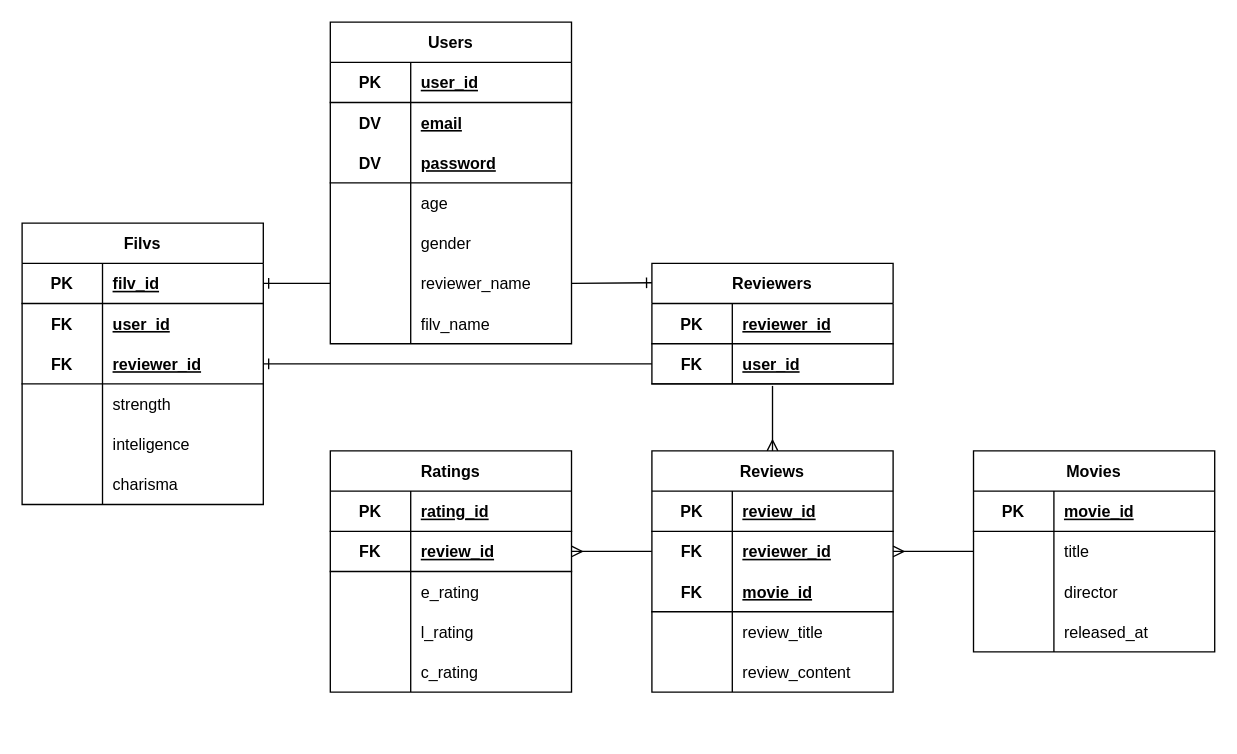
Earlier version of the draw.io diagram er.dio (prototypefilverse/protofilv). Source tidied: cells renumbered, new cells numbered last; positions are measured from the earlier drawing's top-left corner, leaving out a move shared by most shapes. Both pictures are drawn from the tidied source at 134%, with x=0, y=0 at pixel (21, 21).
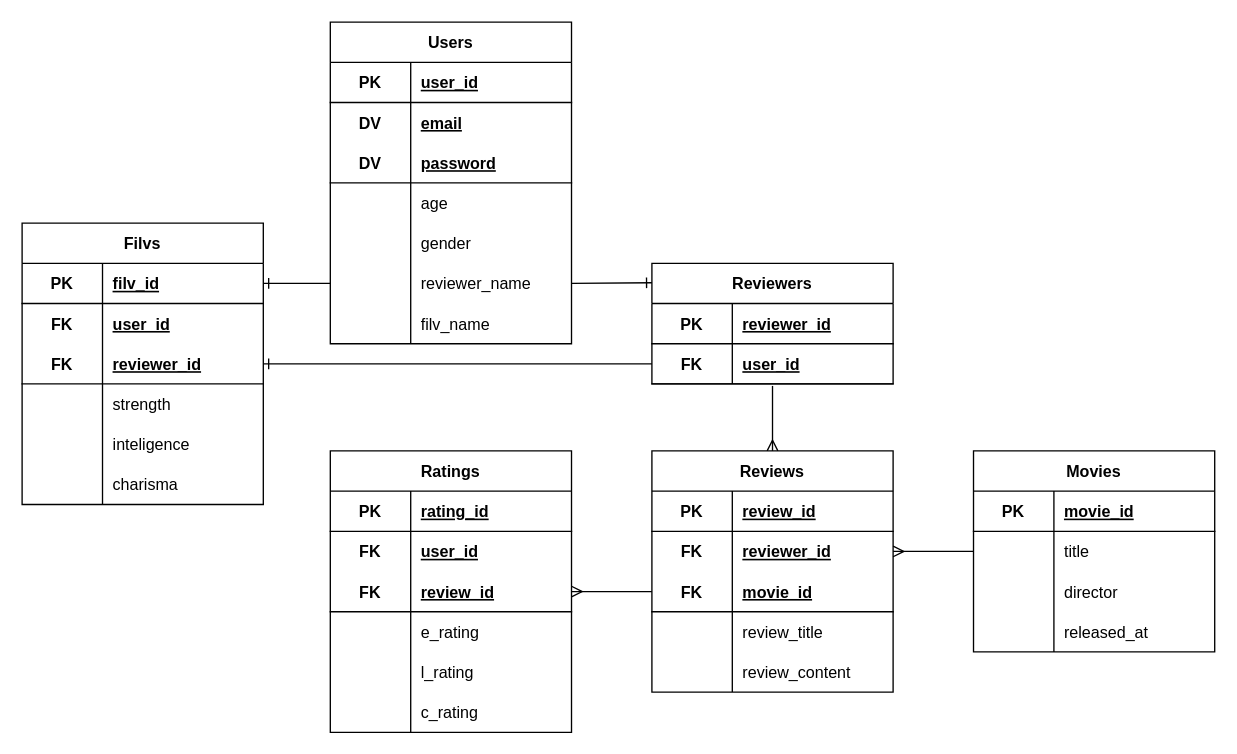
After the change.

The change refers to these unchanged cells:
```xml
<mxCell id="55" style="shape=tableRow;horizontal=0;startSize=0;swimlaneHead=0;swimlaneBody=0;fillColor=none;points=[[0,0.5],[1,0.5]];portConstraint=eastwest;top=0;left=0;right=0;bottom=0;" parent="51" vertex="1">
  <mxGeometry y="60" width="180" height="30" as="geometry" />
</mxCell>
<mxCell id="58" style="shape=tableRow;horizontal=0;startSize=0;swimlaneHead=0;swimlaneBody=0;fillColor=none;points=[[0,0.5],[1,0.5]];portConstraint=eastwest;top=0;left=0;right=0;bottom=1;" parent="51" vertex="1">
  <mxGeometry y="90" width="180" height="30" as="geometry" />
</mxCell>
```

Diff of the diagram source:
```diff
@@
     <mxCell id="84" value="Ratings" style="shape=table;startSize=30;childLayout=tableLayout;rowLines=0;fontStyle=1;align=center;" parent="1" vertex="1">
-      <mxGeometry x="230" y="320" width="180" height="180" as="geometry" />
+      <mxGeometry x="230" y="320" width="180" height="210" as="geometry" />
     </mxCell>
@@
+    <mxCell id="101" style="shape=tableRow;horizontal=0;startSize=0;swimlaneHead=0;swimlaneBody=0;fillColor=none;top=0;left=0;right=0;bottom=0;" parent="84" vertex="1">
+      <mxGeometry y="60" width="180" height="30" as="geometry" />
+    </mxCell>
+    <mxCell id="102" value="FK" style="shape=partialRectangle;fillColor=none;top=0;left=0;bottom=0;right=0;fontStyle=1;overflow=hidden;" parent="101" vertex="1">
+      <mxGeometry width="60" height="30" as="geometry" />
+    </mxCell>
+    <mxCell id="103" value="user_id" style="shape=partialRectangle;fillColor=none;top=0;left=0;bottom=0;right=0;align=left;spacingLeft=6;fontStyle=5;overflow=hidden;" parent="101" vertex="1">
+      <mxGeometry x="60" width="120" height="30" as="geometry" />
+    </mxCell>
     <mxCell id="88" style="shape=tableRow;horizontal=0;startSize=0;swimlaneHead=0;swimlaneBody=0;fillColor=none;points=[[0,0.5],[1,0.5]];portConstraint=eastwest;top=0;left=0;right=0;bottom=1;" parent="84" vertex="1">
-      <mxGeometry y="60" width="180" height="30" as="geometry" />
+      <mxGeometry y="90" width="180" height="30" as="geometry" />
     </mxCell>
@@
     <mxCell id="91" style="shape=tableRow;horizontal=0;startSize=0;swimlaneHead=0;swimlaneBody=0;fillColor=none;top=0;left=0;right=0;bottom=0;" parent="84" vertex="1">
-      <mxGeometry y="90" width="180" height="30" as="geometry" />
+      <mxGeometry y="120" width="180" height="30" as="geometry" />
     </mxCell>
@@
     <mxCell id="94" style="shape=tableRow;horizontal=0;startSize=0;swimlaneHead=0;swimlaneBody=0;fillColor=none;top=0;left=0;right=0;bottom=0;" parent="84" vertex="1">
-      <mxGeometry y="120" width="180" height="30" as="geometry" />
+      <mxGeometry y="150" width="180" height="30" as="geometry" />
     </mxCell>
@@
     <mxCell id="97" style="shape=tableRow;horizontal=0;startSize=0;swimlaneHead=0;swimlaneBody=0;fillColor=none;top=0;left=0;right=0;bottom=0;" parent="84" vertex="1">
-      <mxGeometry y="150" width="180" height="30" as="geometry" />
+      <mxGeometry y="180" width="180" height="30" as="geometry" />
     </mxCell>
@@
-    <mxCell id="100" style="edgeStyle=none;html=1;exitX=1;exitY=0.5;exitDx=0;exitDy=0;entryX=0;entryY=0.5;entryDx=0;entryDy=0;endArrow=none;endFill=0;startArrow=ERmany;startFill=0;" parent="1" edge="1" source="88" target="55">
+    <mxCell id="100" style="edgeStyle=none;html=1;exitX=1;exitY=0.5;exitDx=0;exitDy=0;entryX=0;entryY=0.5;entryDx=0;entryDy=0;endArrow=none;endFill=0;startArrow=ERmany;startFill=0;" parent="1" edge="1" source="88" target="58">
       <mxGeometry relative="1" as="geometry" />
     </mxCell>
```
